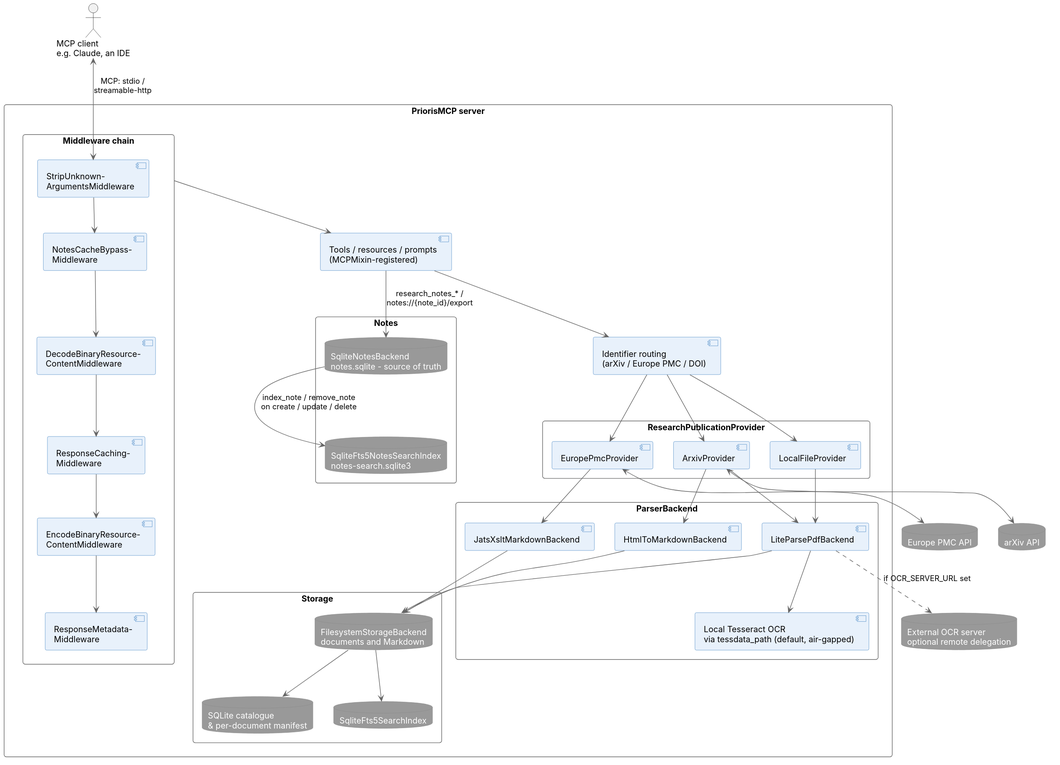
Earlier version of the PlantUML export docs/images/system-architecture-overview-detailed.svg (anirbanbasu/prioris-mcp).
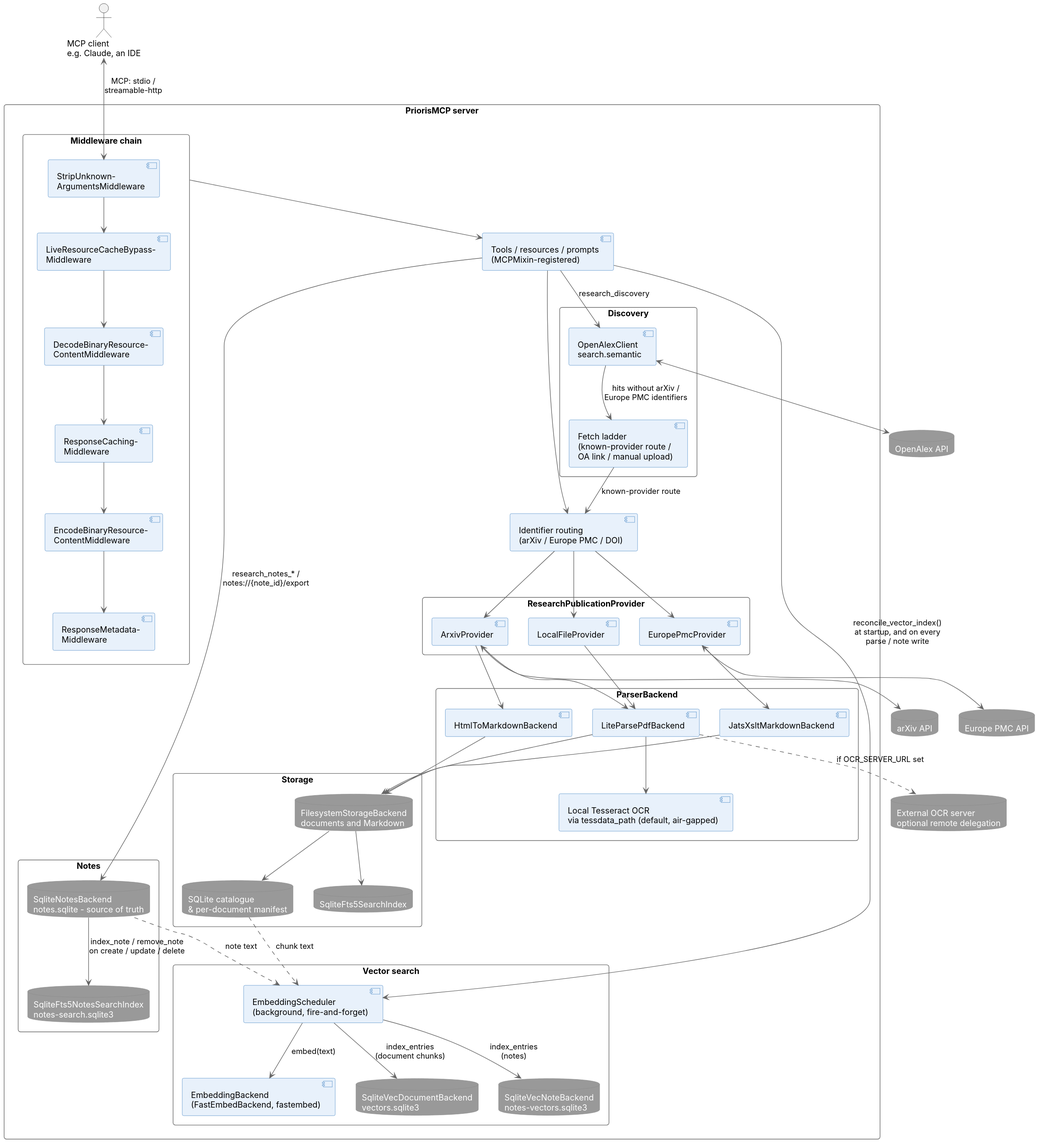
After the change.

Diff of the diagram source:
```diff
@@ -24,7 +24,7 @@
 rectangle "PriorisMCP server" as PriorisMCP {
     rectangle "Middleware chain" as MW {
         component "StripUnknown-\nArgumentsMiddleware" as MW1
-        component "NotesCacheBypass-\nMiddleware" as MW2
+        component "LiveResourceCacheBypass-\nMiddleware" as MW2
         component "DecodeBinaryResource-\nContentMiddleware" as MW3
         component "ResponseCaching-\nMiddleware" as MW4
         component "EncodeBinaryResource-\nContentMiddleware" as MW5
@@ -63,9 +63,23 @@
         database "SqliteFts5NotesSearchIndex\nnotes-search.sqlite3" as NotesSearch
     }
 
+    rectangle "Discovery" as Discovery {
+        component "OpenAlexClient\nsearch.semantic" as OpenAlexClient
+        component "Fetch ladder\n(known-provider route /\nOA link / manual upload)" as FetchLadder
+    }
+
+    rectangle "Vector search" as Vector {
+        component "EmbeddingScheduler\n(background, fire-and-forget)" as Sched
+        component "EmbeddingBackend\n(FastEmbedBackend, fastembed)" as Embed
+        database "SqliteVecDocumentBackend\nvectors.sqlite3" as VecDocs
+        database "SqliteVecNoteBackend\nnotes-vectors.sqlite3" as VecNotes
+    }
+
     MW --> Core
     Core --> Router
     Core --> NotesDb : research_notes_* /\nnotes://{note_id}/export
+    Core --> OpenAlexClient : research_discovery
+    Core --> Sched : reconcile_vector_index()\nat startup, and on every\nparse / note write
     Router --> Arxiv
     Router --> EuropePmc
     Router --> LocalFile
@@ -80,14 +94,23 @@
     FS --> Catalogue
     FS --> Search
     NotesDb --> NotesSearch : index_note / remove_note\non create / update / delete
+    OpenAlexClient --> FetchLadder : hits without arXiv /\nEurope PMC identifiers
+    FetchLadder --> Router : known-provider route
+    Sched --> Embed : embed(text)
+    Sched --> VecDocs : index_entries\n(document chunks)
+    Sched --> VecNotes : index_entries\n(notes)
+    Catalogue ..> Sched : chunk text
+    NotesDb ..> Sched : note text
 }
 
 database "arXiv API" as ArxivApi
 database "Europe PMC API" as EuropePmcApi
+database "OpenAlex API" as OpenAlexApi
 database "External OCR server\noptional remote delegation" as OcrServer
 
 Client <--> MW1 : MCP: stdio /\nstreamable-http
 Arxiv <--> ArxivApi
 EuropePmc <--> EuropePmcApi
+OpenAlexClient <--> OpenAlexApi
 Pdf ..> OcrServer : if OCR_SERVER_URL set
 @enduml
```
